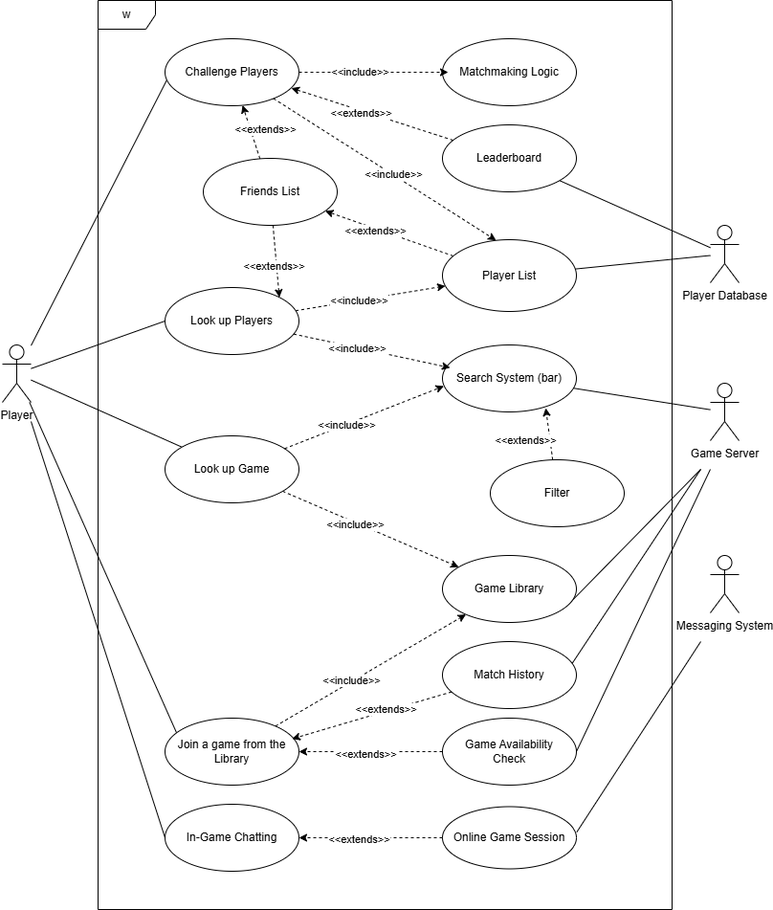
Before: GUI Team Files/GUI_use_case_diagram.png, a diagram exported from draw.io (kelsierfin/BasicGamingPlatform). Source tidied: cells renumbered, new cells last; positions are measured from the earlier drawing's top-left corner, leaving out a move shared by most shapes.
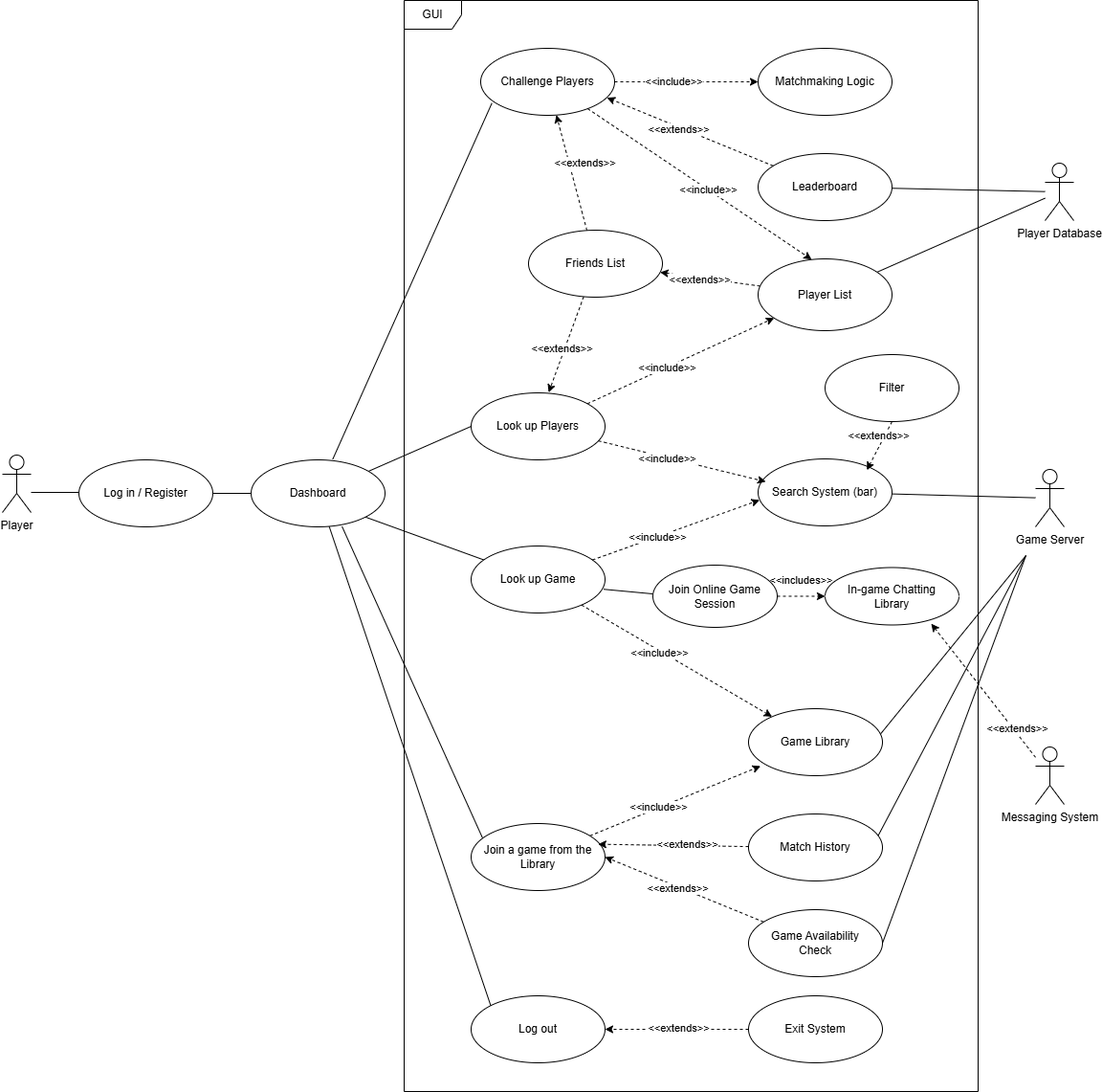
Above is the later version.

Commit message:
Final version of use case diagram uploaded

Change to the diagram source:
```diff
@@ -2,26 +2,26 @@
   <root>
     <mxCell id="0" />
     <mxCell id="1" parent="0" />
-    <mxCell id="2" value="w" style="shape=umlFrame;whiteSpace=wrap;html=1;" parent="1" vertex="1">
-      <mxGeometry x="100" width="600" height="950" as="geometry" />
+    <mxCell id="2" value="GUI" style="shape=umlFrame;whiteSpace=wrap;html=1;" parent="1" vertex="1">
+      <mxGeometry x="100" y="-110" width="600" height="1140" as="geometry" />
     </mxCell>
-    <mxCell id="3" style="edgeStyle=none;rounded=0;jettySize=auto;html=1;entryX=0.014;entryY=0.614;entryDx=0;entryDy=0;entryPerimeter=0;endArrow=none;startFill=0;" parent="1" edge="1" source="7" target="8">
+    <mxCell id="3" style="edgeStyle=none;rounded=0;jettySize=auto;html=1;entryX=0.084;entryY=0.817;entryDx=0;entryDy=0;entryPerimeter=0;endArrow=none;startFill=0;exitX=0.61;exitY=-0.011;exitDx=0;exitDy=0;exitPerimeter=0;" parent="1" edge="1" source="69" target="8">
       <mxGeometry relative="1" as="geometry" />
     </mxCell>
-    <mxCell id="4" style="edgeStyle=none;rounded=0;jettySize=auto;html=1;endArrow=none;startFill=0;" parent="1" edge="1" source="7" target="11">
+    <mxCell id="4" style="edgeStyle=none;rounded=0;jettySize=auto;html=1;endArrow=none;startFill=0;exitX=1;exitY=1;exitDx=0;exitDy=0;" parent="1" edge="1" source="69" target="11">
       <mxGeometry relative="1" as="geometry" />
     </mxCell>
-    <mxCell id="5" style="edgeStyle=none;rounded=0;jettySize=auto;html=1;entryX=0;entryY=0.5;entryDx=0;entryDy=0;endArrow=none;startFill=0;" parent="1" edge="1" source="7" target="14">
+    <mxCell id="5" style="edgeStyle=none;rounded=0;jettySize=auto;html=1;entryX=0;entryY=0.5;entryDx=0;entryDy=0;endArrow=none;startFill=0;" parent="1" edge="1" source="69" target="14">
       <mxGeometry relative="1" as="geometry" />
     </mxCell>
-    <mxCell id="6" style="edgeStyle=none;rounded=0;jettySize=auto;html=1;entryX=0.094;entryY=0.254;entryDx=0;entryDy=0;endArrow=none;startFill=0;entryPerimeter=0;" parent="1" edge="1" source="7" target="17">
+    <mxCell id="6" style="edgeStyle=none;rounded=0;jettySize=auto;html=1;entryX=0.094;entryY=0.254;entryDx=0;entryDy=0;endArrow=none;startFill=0;entryPerimeter=0;exitX=0.679;exitY=0.994;exitDx=0;exitDy=0;exitPerimeter=0;" parent="1" edge="1" source="69" target="17">
       <mxGeometry relative="1" as="geometry" />
     </mxCell>
     <mxCell id="7" value="Player&lt;div&gt;&lt;br&gt;&lt;/div&gt;" style="shape=umlActor;verticalLabelPosition=bottom;verticalAlign=top;html=1;" parent="1" vertex="1">
-      <mxGeometry y="360" width="30" height="60" as="geometry" />
+      <mxGeometry x="-320" y="365" width="30" height="60" as="geometry" />
     </mxCell>
     <mxCell id="8" value="Challenge Players" style="ellipse;whiteSpace=wrap;html=1;" parent="1" vertex="1">
-      <mxGeometry x="170" y="40" width="140" height="70" as="geometry" />
+      <mxGeometry x="180" y="-60" width="140" height="70" as="geometry" />
     </mxCell>
     <mxCell id="9" style="edgeStyle=none;rounded=0;jettySize=auto;html=1;dashed=1;" parent="1" edge="1" source="11" target="46">
       <mxGeometry relative="1" as="geometry" />
@@ -29,8 +29,11 @@
     <mxCell id="10" value="&amp;lt;&amp;lt;include&amp;gt;&amp;gt;" style="edgeLabel;html=1;align=center;verticalAlign=middle;" parent="9" vertex="1">
       <mxGeometry x="-0.17" y="-2" relative="1" as="geometry" />
     </mxCell>
+    <mxCell id="65" style="rounded=0;jettySize=auto;html=1;endArrow=none;startFill=0;exitX=0.99;exitY=0.646;exitDx=0;exitDy=0;entryX=0;entryY=0.462;entryDx=0;entryDy=0;entryPerimeter=0;exitPerimeter=0;" parent="1" edge="1" source="11" target="42">
+      <mxGeometry relative="1" as="geometry" />
+    </mxCell>
     <mxCell id="11" value="Look up Game" style="ellipse;whiteSpace=wrap;html=1;" parent="1" vertex="1">
-      <mxGeometry x="170" y="455" width="140" height="70" as="geometry" />
+      <mxGeometry x="170" y="460" width="140" height="70" as="geometry" />
     </mxCell>
     <mxCell id="12" style="edgeStyle=none;rounded=0;jettySize=auto;html=1;dashed=1;" parent="1" edge="1" source="14" target="31">
       <mxGeometry relative="1" as="geometry" />
@@ -41,7 +44,7 @@
     <mxCell id="14" value="Look up Players" style="ellipse;whiteSpace=wrap;html=1;" parent="1" vertex="1">
       <mxGeometry x="170" y="300" width="140" height="70" as="geometry" />
     </mxCell>
-    <mxCell id="15" style="edgeStyle=none;rounded=0;jettySize=auto;html=1;dashed=1;" parent="1" edge="1" source="17" target="46">
+    <mxCell id="15" style="edgeStyle=none;rounded=0;jettySize=auto;html=1;dashed=1;entryX=0.09;entryY=0.857;entryDx=0;entryDy=0;entryPerimeter=0;" parent="1" edge="1" source="17" target="46">
       <mxGeometry relative="1" as="geometry" />
     </mxCell>
     <mxCell id="16" value="&amp;lt;&amp;lt;include&amp;gt;&amp;gt;" style="edgeLabel;html=1;align=center;verticalAlign=middle;" parent="15" vertex="1">
@@ -50,36 +53,26 @@
     <mxCell id="17" value="Join a game from the Library" style="ellipse;whiteSpace=wrap;html=1;" parent="1" vertex="1">
       <mxGeometry x="170" y="750" width="140" height="70" as="geometry" />
     </mxCell>
-    <mxCell id="18" value="In-Game Chatting" style="ellipse;whiteSpace=wrap;html=1;" parent="1" vertex="1">
-      <mxGeometry x="170" y="840" width="140" height="70" as="geometry" />
-    </mxCell>
-    <mxCell id="19" style="edgeStyle=none;rounded=0;jettySize=auto;html=1;endArrow=none;startFill=0;entryX=0;entryY=0.5;entryDx=0;entryDy=0;" parent="1" edge="1" target="18">
-      <mxGeometry relative="1" as="geometry">
-        <mxPoint x="30" y="440" as="sourcePoint" />
-      </mxGeometry>
-    </mxCell>
     <mxCell id="20" value="Game Server&lt;div&gt;&lt;br&gt;&lt;/div&gt;" style="shape=umlActor;verticalLabelPosition=bottom;verticalAlign=top;html=1;" parent="1" vertex="1">
-      <mxGeometry x="740" y="400" width="30" height="60" as="geometry" />
+      <mxGeometry x="760" y="380" width="30" height="60" as="geometry" />
     </mxCell>
     <mxCell id="21" value="Player Database" style="shape=umlActor;verticalLabelPosition=bottom;verticalAlign=top;html=1;" parent="1" vertex="1">
-      <mxGeometry x="740" y="235" width="30" height="60" as="geometry" />
+      <mxGeometry x="770" y="60" width="30" height="60" as="geometry" />
     </mxCell>
     <mxCell id="22" value="Messaging System" style="shape=umlActor;verticalLabelPosition=bottom;verticalAlign=top;html=1;" parent="1" vertex="1">
-      <mxGeometry x="740" y="580" width="30" height="60" as="geometry" />
+      <mxGeometry x="760" y="670" width="30" height="60" as="geometry" />
     </mxCell>
     <mxCell id="23" style="edgeStyle=none;rounded=0;jettySize=auto;html=1;endArrow=none;startFill=0;" parent="1" edge="1" source="24" target="20">
       <mxGeometry relative="1" as="geometry" />
     </mxCell>
     <mxCell id="24" value="Search System (bar)" style="ellipse;whiteSpace=wrap;html=1;" parent="1" vertex="1">
-      <mxGeometry x="460" y="360" width="140" height="70" as="geometry" />
+      <mxGeometry x="470" y="369" width="140" height="70" as="geometry" />
     </mxCell>
     <mxCell id="25" value="Matchmaking Logic" style="ellipse;whiteSpace=wrap;html=1;" parent="1" vertex="1">
-      <mxGeometry x="460" y="40" width="140" height="70" as="geometry" />
+      <mxGeometry x="470" y="-60" width="140" height="70" as="geometry" />
     </mxCell>
-    <mxCell id="26" style="edgeStyle=none;rounded=0;jettySize=auto;html=1;dashed=1;" parent="1" edge="1" source="8">
-      <mxGeometry relative="1" as="geometry">
-        <mxPoint x="466" y="75" as="targetPoint" />
-      </mxGeometry>
+    <mxCell id="26" style="edgeStyle=none;rounded=0;jettySize=auto;html=1;dashed=1;entryX=0;entryY=0.5;entryDx=0;entryDy=0;" parent="1" edge="1" source="8" target="25">
+      <mxGeometry relative="1" as="geometry" />
     </mxCell>
     <mxCell id="27" value="&amp;lt;&amp;lt;include&amp;gt;&amp;gt;" style="edgeLabel;html=1;align=center;verticalAlign=middle;" parent="26" vertex="1">
       <mxGeometry x="-0.19" y="1" relative="1" as="geometry" />
@@ -94,7 +87,7 @@
       <mxGeometry x="0.21" y="2" relative="1" as="geometry" />
     </mxCell>
     <mxCell id="31" value="Player List" style="ellipse;whiteSpace=wrap;html=1;" parent="1" vertex="1">
-      <mxGeometry x="460" y="250" width="140" height="75" as="geometry" />
+      <mxGeometry x="470" y="160" width="140" height="75" as="geometry" />
     </mxCell>
     <mxCell id="32" style="edgeStyle=none;rounded=0;jettySize=auto;html=1;entryX=0.011;entryY=0.614;entryDx=0;entryDy=0;entryPerimeter=0;dashed=1;" parent="1" edge="1" source="11" target="24">
       <mxGeometry relative="1" as="geometry" />
@@ -110,14 +103,14 @@
         <mxPoint x="18" y="4" as="offset" />
       </mxGeometry>
     </mxCell>
-    <mxCell id="36" style="edgeStyle=none;rounded=0;jettySize=auto;html=1;entryX=1;entryY=0;entryDx=0;entryDy=0;dashed=1;" parent="1" edge="1" source="38" target="14">
+    <mxCell id="36" style="edgeStyle=none;rounded=0;jettySize=auto;html=1;entryX=0.579;entryY=-0.006;entryDx=0;entryDy=0;dashed=1;entryPerimeter=0;" parent="1" edge="1" source="38" target="14">
       <mxGeometry relative="1" as="geometry" />
     </mxCell>
     <mxCell id="37" value="&amp;lt;&amp;lt;extends&amp;gt;&amp;gt;" style="edgeLabel;html=1;align=center;verticalAlign=middle;" parent="36" vertex="1">
       <mxGeometry x="0.11" y="-3" relative="1" as="geometry" />
     </mxCell>
     <mxCell id="38" value="Friends List" style="ellipse;whiteSpace=wrap;html=1;" parent="1" vertex="1">
-      <mxGeometry x="210" y="165" width="140" height="70" as="geometry" />
+      <mxGeometry x="230" y="130" width="140" height="70" as="geometry" />
     </mxCell>
     <mxCell id="39" style="edgeStyle=none;rounded=0;jettySize=auto;html=1;entryX=0.057;entryY=0.34;entryDx=0;entryDy=0;entryPerimeter=0;dashed=1;" parent="1" edge="1" source="14" target="24">
       <mxGeometry relative="1" as="geometry" />
@@ -125,38 +118,35 @@
     <mxCell id="40" value="&amp;lt;&amp;lt;include&amp;gt;&amp;gt;" style="edgeLabel;html=1;align=center;verticalAlign=middle;" parent="39" vertex="1">
       <mxGeometry x="-0.18" y="-1" relative="1" as="geometry" />
     </mxCell>
-    <mxCell id="41" style="edgeStyle=none;rounded=0;jettySize=auto;html=1;endArrow=none;startFill=0;exitX=1.003;exitY=0.409;exitDx=0;exitDy=0;exitPerimeter=0;" parent="1" edge="1" source="42">
-      <mxGeometry relative="1" as="geometry">
-        <mxPoint x="730" y="670" as="targetPoint" />
-      </mxGeometry>
-    </mxCell>
+    <mxCell id="66" style="rounded=0;jettySize=auto;html=1;entryX=0;entryY=0.5;entryDx=0;entryDy=0;dashed=1;" parent="1" edge="1" source="42" target="77">
+      <mxGeometry relative="1" as="geometry" />
+    </mxCell>
+    <mxCell id="67" value="&amp;lt;&amp;lt;includes&amp;gt;&amp;gt;" style="edgeLabel;html=1;align=center;verticalAlign=middle;" parent="66" vertex="1">
+      <mxGeometry x="-0.03" y="1" relative="1" as="geometry">
+        <mxPoint y="-16" as="offset" />
+      </mxGeometry>
+    </mxCell>
-    <mxCell id="42" value="Online Game Session" style="ellipse;whiteSpace=wrap;html=1;" parent="1" vertex="1">
-      <mxGeometry x="460" y="842.5" width="140" height="65" as="geometry" />
+    <mxCell id="42" value="Join Online Game Session" style="ellipse;whiteSpace=wrap;html=1;" parent="1" vertex="1">
+      <mxGeometry x="360" y="480" width="130" height="65" as="geometry" />
     </mxCell>
-    <mxCell id="43" style="edgeStyle=none;rounded=0;jettySize=auto;html=1;entryX=1;entryY=0.5;entryDx=0;entryDy=0;dashed=1;" parent="1" edge="1" source="42" target="18">
-      <mxGeometry relative="1" as="geometry" />
-    </mxCell>
-    <mxCell id="44" value="&amp;lt;&amp;lt;extends&amp;gt;&amp;gt;" style="edgeLabel;html=1;align=center;verticalAlign=middle;" parent="43" vertex="1">
-      <mxGeometry x="0.17" y="1" relative="1" as="geometry" />
-    </mxCell>
-    <mxCell id="45" style="edgeStyle=none;rounded=0;jettySize=auto;html=1;exitX=0.94;exitY=0.731;exitDx=0;exitDy=0;exitPerimeter=0;endArrow=none;startFill=0;" parent="1" edge="1" source="46">
+    <mxCell id="45" style="edgeStyle=none;rounded=0;jettySize=auto;html=1;exitX=0.981;exitY=0.389;exitDx=0;exitDy=0;exitPerimeter=0;endArrow=none;startFill=0;" parent="1" edge="1" source="46">
       <mxGeometry relative="1" as="geometry">
-        <mxPoint x="730" y="490" as="targetPoint" />
+        <mxPoint x="750" y="470" as="targetPoint" />
       </mxGeometry>
     </mxCell>
     <mxCell id="46" value="Game Library" style="ellipse;whiteSpace=wrap;html=1;" parent="1" vertex="1">
-      <mxGeometry x="460" y="580" width="140" height="70" as="geometry" />
+      <mxGeometry x="460" y="630" width="140" height="70" as="geometry" />
     </mxCell>
     <mxCell id="47" style="edgeStyle=none;rounded=0;jettySize=auto;html=1;endArrow=none;startFill=0;exitX=1;exitY=0.5;exitDx=0;exitDy=0;" parent="1" edge="1" source="48">
       <mxGeometry relative="1" as="geometry">
-        <mxPoint x="740" y="490" as="targetPoint" />
+        <mxPoint x="750" y="470" as="targetPoint" />
       </mxGeometry>
     </mxCell>
     <mxCell id="48" value="Game Availability&lt;div&gt;Check&lt;/div&gt;" style="ellipse;whiteSpace=wrap;html=1;" parent="1" vertex="1">
-      <mxGeometry x="460" y="750" width="140" height="70" as="geometry" />
+      <mxGeometry x="460" y="840" width="140" height="70" as="geometry" />
     </mxCell>
     <mxCell id="49" value="Filter" style="ellipse;whiteSpace=wrap;html=1;" parent="1" vertex="1">
-      <mxGeometry x="510" y="480" width="140" height="70" as="geometry" />
+      <mxGeometry x="540" y="260" width="140" height="70" as="geometry" />
     </mxCell>
     <mxCell id="50" style="edgeStyle=none;rounded=0;jettySize=auto;html=1;entryX=1;entryY=0.5;entryDx=0;entryDy=0;dashed=1;" parent="1" edge="1" source="48" target="17">
       <mxGeometry relative="1" as="geometry" />
@@ -164,12 +154,14 @@
     <mxCell id="51" value="&amp;lt;&amp;lt;extends&amp;gt;&amp;gt;" style="edgeLabel;html=1;align=center;verticalAlign=middle;" parent="50" vertex="1">
       <mxGeometry x="0.08" y="2" relative="1" as="geometry" />
     </mxCell>
-    <mxCell id="52" style="edgeStyle=none;rounded=0;jettySize=auto;html=1;entryX=0.771;entryY=0.943;entryDx=0;entryDy=0;entryPerimeter=0;dashed=1;" parent="1" edge="1" source="49" target="24">
-      <mxGeometry relative="1" as="geometry" />
+    <mxCell id="52" style="edgeStyle=none;rounded=0;jettySize=auto;html=1;dashed=1;exitX=0.5;exitY=1;exitDx=0;exitDy=0;" parent="1" edge="1" source="49">
+      <mxGeometry relative="1" as="geometry">
+        <mxPoint x="583.7" y="380.7" as="targetPoint" />
+      </mxGeometry>
     </mxCell>
     <mxCell id="53" value="&amp;lt;&amp;lt;extends&amp;gt;&amp;gt;" style="edgeLabel;html=1;align=center;verticalAlign=middle;" parent="52" vertex="1">
       <mxGeometry x="-0.16" relative="1" as="geometry">
-        <mxPoint x="-26" y="2" as="offset" />
+        <mxPoint x="-3" y="-7" as="offset" />
       </mxGeometry>
     </mxCell>
     <mxCell id="54" style="edgeStyle=none;rounded=0;orthogonalLoop=1;jettySize=auto;html=1;exitX=0.5;exitY=1;exitDx=0;exitDy=0;" parent="1" edge="1" source="49" target="49">
@@ -187,7 +179,7 @@
       <mxGeometry relative="1" as="geometry" />
     </mxCell>
     <mxCell id="58" value="Leaderboard" style="ellipse;whiteSpace=wrap;html=1;" parent="1" vertex="1">
-      <mxGeometry x="460" y="130" width="140" height="70" as="geometry" />
+      <mxGeometry x="470" y="50" width="140" height="70" as="geometry" />
     </mxCell>
     <mxCell id="59" style="edgeStyle=none;rounded=0;jettySize=auto;html=1;entryX=0.943;entryY=0.737;entryDx=0;entryDy=0;entryPerimeter=0;dashed=1;" parent="1" edge="1" source="58" target="8">
       <mxGeometry relative="1" as="geometry" />
@@ -197,11 +189,11 @@
     </mxCell>
     <mxCell id="61" style="rounded=0;jettySize=auto;html=1;exitX=0.963;exitY=0.343;exitDx=0;exitDy=0;exitPerimeter=0;endArrow=none;startFill=0;" parent="1" edge="1" source="62">
       <mxGeometry relative="1" as="geometry">
-        <mxPoint x="730" y="490" as="targetPoint" />
+        <mxPoint x="750" y="470" as="targetPoint" />
       </mxGeometry>
     </mxCell>
     <mxCell id="62" value="Match History" style="ellipse;whiteSpace=wrap;html=1;" parent="1" vertex="1">
-      <mxGeometry x="460" y="670" width="140" height="70" as="geometry" />
+      <mxGeometry x="460" y="740" width="140" height="70" as="geometry" />
     </mxCell>
     <mxCell id="63" style="rounded=0;jettySize=auto;html=1;entryX=0.949;entryY=0.309;entryDx=0;entryDy=0;entryPerimeter=0;dashed=1;" parent="1" edge="1" source="62" target="17">
       <mxGeometry relative="1" as="geometry" />
@@ -209,5 +201,43 @@
     <mxCell id="64" value="&amp;lt;&amp;lt;extends&amp;gt;&amp;gt;" style="edgeLabel;html=1;align=center;verticalAlign=middle;" parent="63" vertex="1">
       <mxGeometry x="-0.18" y="-2" relative="1" as="geometry" />
     </mxCell>
+    <mxCell id="68" style="rounded=0;jettySize=auto;html=1;entryX=0;entryY=0;entryDx=0;entryDy=0;endArrow=none;startFill=0;" parent="1" edge="1" source="69" target="73">
+      <mxGeometry relative="1" as="geometry" />
+    </mxCell>
+    <mxCell id="69" value="Dashboard" style="ellipse;whiteSpace=wrap;html=1;" parent="1" vertex="1">
+      <mxGeometry x="-60" y="370" width="140" height="70" as="geometry" />
+    </mxCell>
+    <mxCell id="70" value="Log in / Register" style="ellipse;whiteSpace=wrap;html=1;" parent="1" vertex="1">
+      <mxGeometry x="-240" y="370" width="140" height="70" as="geometry" />
+    </mxCell>
+    <mxCell id="71" style="line;strokeWidth=1;fillColor=none;align=left;verticalAlign=middle;spacingTop=-1;spacingLeft=3;spacingRight=3;labelPosition=right;strokeColor=inherit;" parent="1" vertex="1">
+      <mxGeometry x="-290" y="400" width="50" height="8" as="geometry" />
+    </mxCell>
+    <mxCell id="72" style="line;strokeWidth=1;fillColor=none;align=left;verticalAlign=middle;spacingTop=-1;spacingLeft=3;spacingRight=3;labelPosition=right;strokeColor=inherit;" parent="1" vertex="1">
+      <mxGeometry x="-100" y="401" width="40" height="8" as="geometry" />
+    </mxCell>
+    <mxCell id="73" value="Log out" style="ellipse;whiteSpace=wrap;html=1;" parent="1" vertex="1">
+      <mxGeometry x="170" y="930" width="140" height="70" as="geometry" />
+    </mxCell>
+    <mxCell id="74" style="rounded=0;jettySize=auto;html=1;entryX=1;entryY=0.5;entryDx=0;entryDy=0;dashed=1;" parent="1" edge="1" source="76" target="73">
+      <mxGeometry relative="1" as="geometry" />
+    </mxCell>
+    <mxCell id="75" value="&amp;lt;&amp;lt;extends&amp;gt;&amp;gt;" style="edgeLabel;html=1;align=center;verticalAlign=middle;" parent="74" vertex="1">
+      <mxGeometry x="-0.02" y="-2" relative="1" as="geometry" />
+    </mxCell>
+    <mxCell id="76" value="Exit System" style="ellipse;whiteSpace=wrap;html=1;" parent="1" vertex="1">
+      <mxGeometry x="460" y="930" width="140" height="70" as="geometry" />
+    </mxCell>
+    <mxCell id="77" value="In-game Chatting&lt;div&gt;Library&lt;/div&gt;" style="ellipse;whiteSpace=wrap;html=1;" parent="1" vertex="1">
+      <mxGeometry x="540" y="482.5" width="140" height="60" as="geometry" />
+    </mxCell>
+    <mxCell id="78" style="rounded=0;jettySize=auto;html=1;entryX=0.793;entryY=0.978;entryDx=0;entryDy=0;entryPerimeter=0;dashed=1;" parent="1" edge="1" source="22" target="77">
+      <mxGeometry relative="1" as="geometry" />
+    </mxCell>
+    <mxCell id="79" value="&amp;lt;&amp;lt;extends&amp;gt;&amp;gt;" style="edgeLabel;html=1;align=center;verticalAlign=middle;" parent="78" vertex="1">
+      <mxGeometry x="-0.34" relative="1" as="geometry">
+        <mxPoint x="16" y="15" as="offset" />
+      </mxGeometry>
+    </mxCell>
   </root>
 </mxGraphModel>
```
